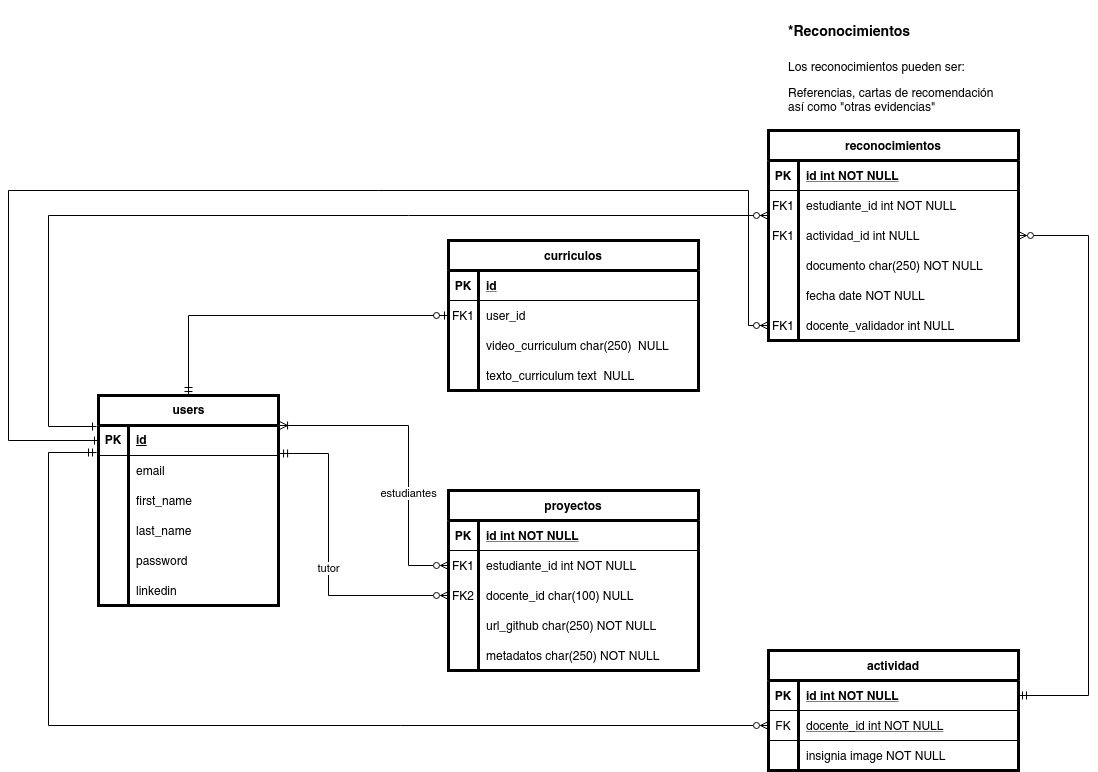
The draw.io diagram documentos/marcapersonalFP.drawio.png in Zaidanxp/marcapersonalFP_REA, before a commit. Source tidied: cells renumbered, new cells last; positions are measured from the earlier drawing's top-left corner, leaving out a move shared by most shapes.
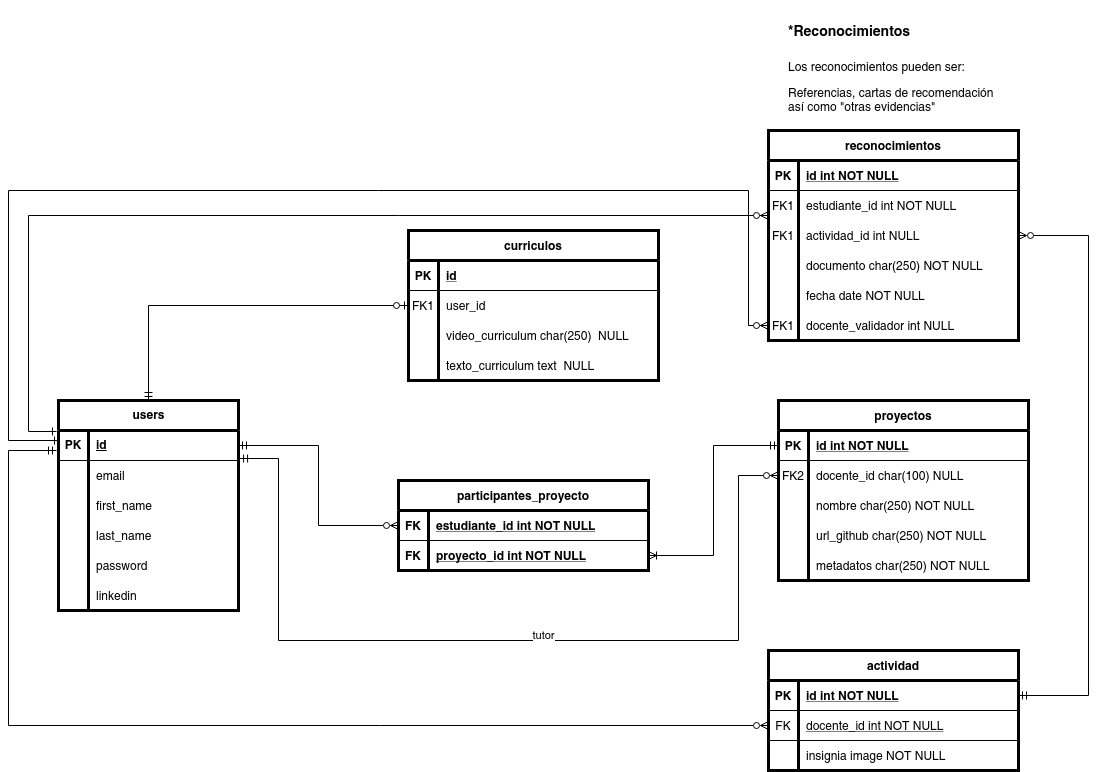
After the change.

Commit message:
Solventando errores en el esquema relacional

What changed in the source:
```diff
@@ -5,8 +5,8 @@
     <mxCell id="2" style="endArrow=ERzeroToMany;startArrow=ERone;endFill=1;startFill=0;edgeStyle=orthogonalEdgeStyle;rounded=0;exitX=-0.011;exitY=0.033;exitDx=0;exitDy=0;exitPerimeter=0;" parent="1" edge="1" source="69" target="8">
       <mxGeometry relative="1" as="geometry">
         <Array as="points">
-          <mxPoint x="40" y="416" />
-          <mxPoint x="40" y="205" />
+          <mxPoint x="20" y="421" />
+          <mxPoint x="20" y="205" />
         </Array>
       </mxGeometry>
     </mxCell>
@@ -106,7 +106,7 @@
       <mxGeometry x="30" width="220" height="30" as="geometry" />
     </mxCell>
     <mxCell id="33" value="curriculos" style="shape=table;startSize=30;rowLines=0;fontStyle=1;align=center;strokeWidth=3;" parent="1" vertex="1">
-      <mxGeometry x="440" y="230" width="250" height="150" as="geometry" />
+      <mxGeometry x="400" y="220" width="250" height="150" as="geometry" />
     </mxCell>
     <mxCell id="34" style="shape=partialRectangle;fillColor=none;top=0;left=0;right=0;bottom=1;" parent="33" vertex="1">
       <mxGeometry y="30" width="250" height="30" as="geometry" />
@@ -144,11 +144,12 @@
     <mxCell id="45" value="texto_curriculum text  NULL" style="shape=partialRectangle;overflow=hidden;fillColor=none;top=0;left=0;bottom=0;right=0;align=left;spacingLeft=6;" parent="43" vertex="1">
       <mxGeometry x="30" width="220" height="30" as="geometry" />
     </mxCell>
-    <mxCell id="46" style="edgeStyle=orthogonalEdgeStyle;rounded=0;jettySize=auto;html=1;exitX=0;exitY=0.5;exitDx=0;exitDy=0;entryX=-0.011;entryY=-0.1;entryDx=0;entryDy=0;startArrow=ERzeroToMany;startFill=0;endArrow=ERmandOne;endFill=0;entryPerimeter=0;" parent="1" edge="1" source="27" target="72">
+    <mxCell id="46" style="edgeStyle=orthogonalEdgeStyle;rounded=0;jettySize=auto;html=1;exitX=0;exitY=0.5;exitDx=0;exitDy=0;startArrow=ERzeroToMany;startFill=0;endArrow=ERmandOne;endFill=0;" parent="1" edge="1" source="27">
       <mxGeometry relative="1" as="geometry">
+        <mxPoint x="48" y="440" as="targetPoint" />
         <Array as="points">
-          <mxPoint x="40" y="715" />
-          <mxPoint x="40" y="442" />
+          <mxPoint y="715" />
+          <mxPoint y="440" />
         </Array>
       </mxGeometry>
     </mxCell>
@@ -156,7 +157,7 @@
       <mxGeometry x="775" width="220" height="120" as="geometry" />
     </mxCell>
     <mxCell id="48" value="proyectos" style="shape=table;startSize=30;rowLines=0;fontStyle=1;align=center;strokeWidth=3;" parent="1" vertex="1">
-      <mxGeometry x="440" y="480" width="250" height="180" as="geometry" />
+      <mxGeometry x="770" y="390" width="250" height="180" as="geometry" />
     </mxCell>
     <mxCell id="49" style="shape=partialRectangle;fillColor=none;top=0;left=0;right=0;bottom=1;" parent="48" vertex="1">
       <mxGeometry y="30" width="250" height="30" as="geometry" />
@@ -167,17 +168,8 @@
     <mxCell id="51" value="id int NOT NULL " style="shape=partialRectangle;overflow=hidden;fillColor=none;top=0;left=0;bottom=0;right=0;align=left;spacingLeft=6;fontStyle=5;" parent="49" vertex="1">
       <mxGeometry x="30" width="220" height="30" as="geometry" />
     </mxCell>
-    <mxCell id="52" style="shape=partialRectangle;fillColor=none;points=[[0,0.5],[1,0.5]];portConstraint=eastwest;top=0;left=0;right=0;bottom=0;" parent="48" vertex="1">
-      <mxGeometry y="60" width="250" height="30" as="geometry" />
-    </mxCell>
-    <mxCell id="53" value="FK1" style="shape=partialRectangle;overflow=hidden;fillColor=none;top=0;left=0;bottom=0;right=0;" parent="52" vertex="1">
-      <mxGeometry width="30" height="30" as="geometry" />
-    </mxCell>
-    <mxCell id="54" value="estudiante_id int NOT NULL" style="shape=partialRectangle;overflow=hidden;fillColor=none;top=0;left=0;bottom=0;right=0;align=left;spacingLeft=6;" parent="52" vertex="1">
-      <mxGeometry x="30" width="220" height="30" as="geometry" />
-    </mxCell>
     <mxCell id="55" style="shape=partialRectangle;fillColor=none;points=[[0,0.5],[1,0.5]];portConstraint=eastwest;top=0;left=0;right=0;bottom=0;" parent="48" vertex="1">
-      <mxGeometry y="90" width="250" height="30" as="geometry" />
+      <mxGeometry y="60" width="250" height="30" as="geometry" />
     </mxCell>
     <mxCell id="56" value="FK2" style="shape=partialRectangle;overflow=hidden;fillColor=none;top=0;left=0;bottom=0;right=0;" parent="55" vertex="1">
       <mxGeometry width="30" height="30" as="geometry" />
@@ -185,6 +177,15 @@
     <mxCell id="57" value="docente_id char(100) NULL" style="shape=partialRectangle;overflow=hidden;fillColor=none;top=0;left=0;bottom=0;right=0;align=left;spacingLeft=6;" parent="55" vertex="1">
       <mxGeometry x="30" width="220" height="30" as="geometry" />
     </mxCell>
+    <mxCell id="61" style="shape=partialRectangle;fillColor=none;top=0;left=0;right=0;bottom=0;" parent="48" vertex="1">
+      <mxGeometry y="90" width="250" height="30" as="geometry" />
+    </mxCell>
+    <mxCell id="62" style="shape=partialRectangle;overflow=hidden;fillColor=none;top=0;left=0;bottom=0;right=0;" parent="61" vertex="1">
+      <mxGeometry width="30" height="30" as="geometry" />
+    </mxCell>
+    <mxCell id="63" value="nombre char(250) NOT NULL" style="shape=partialRectangle;overflow=hidden;fillColor=none;top=0;left=0;bottom=0;right=0;align=left;spacingLeft=6;" parent="61" vertex="1">
+      <mxGeometry x="30" width="220" height="30" as="geometry" />
+    </mxCell>
     <mxCell id="58" style="shape=partialRectangle;fillColor=none;top=0;left=0;right=0;bottom=0;" parent="48" vertex="1">
       <mxGeometry y="120" width="250" height="30" as="geometry" />
     </mxCell>
@@ -194,33 +195,22 @@
     <mxCell id="60" value="url_github char(250) NOT NULL" style="shape=partialRectangle;overflow=hidden;fillColor=none;top=0;left=0;bottom=0;right=0;align=left;spacingLeft=6;" parent="58" vertex="1">
       <mxGeometry x="30" width="220" height="30" as="geometry" />
     </mxCell>
-    <mxCell id="61" style="shape=partialRectangle;fillColor=none;top=0;left=0;right=0;bottom=0;" parent="48" vertex="1">
-      <mxGeometry y="150" width="250" height="30" as="geometry" />
-    </mxCell>
-    <mxCell id="62" style="shape=partialRectangle;overflow=hidden;fillColor=none;top=0;left=0;bottom=0;right=0;" parent="61" vertex="1">
-      <mxGeometry width="30" height="30" as="geometry" />
-    </mxCell>
-    <mxCell id="63" value="metadatos char(250) NOT NULL" style="shape=partialRectangle;overflow=hidden;fillColor=none;top=0;left=0;bottom=0;right=0;align=left;spacingLeft=6;" parent="61" vertex="1">
-      <mxGeometry x="30" width="220" height="30" as="geometry" />
-    </mxCell>
-    <mxCell id="64" style="edgeStyle=orthogonalEdgeStyle;rounded=0;jettySize=auto;html=1;exitX=0;exitY=0.5;exitDx=0;exitDy=0;entryX=1.006;entryY=0;entryDx=0;entryDy=0;startArrow=ERzeroToMany;startFill=0;endArrow=ERoneToMany;endFill=0;entryPerimeter=0;" parent="1" edge="1" source="52" target="69">
-      <mxGeometry relative="1" as="geometry">
-        <Array as="points">
-          <mxPoint x="400" y="555" />
-          <mxPoint x="400" y="415" />
-        </Array>
-      </mxGeometry>
-    </mxCell>
-    <mxCell id="65" value="estudiantes" style="edgeLabel;html=1;align=center;verticalAlign=middle;" parent="64" vertex="1">
-      <mxGeometry x="-0.05" relative="1" as="geometry">
-        <mxPoint y="35" as="offset" />
-      </mxGeometry>
-    </mxCell>
+    <mxCell id="89" style="shape=partialRectangle;fillColor=none;top=0;left=0;right=0;bottom=0;" parent="48" vertex="1">
+      <mxGeometry y="150" width="250" height="30" as="geometry" />
+    </mxCell>
+    <mxCell id="90" style="shape=partialRectangle;overflow=hidden;fillColor=none;top=0;left=0;bottom=0;right=0;" parent="89" vertex="1">
+      <mxGeometry width="30" height="30" as="geometry" />
+    </mxCell>
+    <mxCell id="91" value="metadatos char(250) NOT NULL" style="shape=partialRectangle;overflow=hidden;fillColor=none;top=0;left=0;bottom=0;right=0;align=left;spacingLeft=6;" parent="89" vertex="1">
+      <mxGeometry x="30" width="220" height="30" as="geometry" />
+    </mxCell>
     <mxCell id="66" style="edgeStyle=orthogonalEdgeStyle;rounded=0;jettySize=auto;html=1;exitX=0;exitY=0.5;exitDx=0;exitDy=0;entryX=1.006;entryY=0.933;entryDx=0;entryDy=0;startArrow=ERzeroToMany;startFill=0;endArrow=ERmandOne;endFill=0;entryPerimeter=0;" parent="1" edge="1" source="55" target="69">
       <mxGeometry relative="1" as="geometry">
         <Array as="points">
-          <mxPoint x="320" y="585" />
-          <mxPoint x="320" y="443" />
+          <mxPoint x="730" y="465" />
+          <mxPoint x="730" y="630" />
+          <mxPoint x="270" y="630" />
+          <mxPoint x="270" y="448" />
         </Array>
       </mxGeometry>
     </mxCell>
@@ -230,7 +220,7 @@
       </mxGeometry>
     </mxCell>
     <mxCell id="68" value="users" style="shape=table;startSize=30;rowLines=0;fontStyle=1;align=center;html=1;strokeWidth=3;" parent="1" vertex="1">
-      <mxGeometry x="90" y="385" width="180" height="210" as="geometry" />
+      <mxGeometry x="50" y="390" width="180" height="210" as="geometry" />
     </mxCell>
     <mxCell id="69" style="shape=tableRow;horizontal=0;startSize=0;swimlaneHead=0;swimlaneBody=0;fillColor=none;points=[[0,0.5],[1,0.5]];portConstraint=eastwest;top=0;left=0;right=0;bottom=1;" parent="68" vertex="1">
       <mxGeometry y="30" width="180" height="30" as="geometry" />
@@ -291,7 +281,7 @@
     </mxCell>
     <mxCell id="88" style="endArrow=ERzeroToMany;startArrow=ERone;endFill=1;startFill=0;edgeStyle=orthogonalEdgeStyle;rounded=0;entryX=0;entryY=0.5;entryDx=0;entryDy=0;" parent="1" edge="1" target="20">
       <mxGeometry relative="1" as="geometry">
-        <mxPoint x="90" y="430" as="sourcePoint" />
+        <mxPoint x="50" y="430" as="sourcePoint" />
         <Array as="points">
           <mxPoint y="430" />
           <mxPoint y="180" />
@@ -300,5 +290,32 @@
         </Array>
       </mxGeometry>
     </mxCell>
+    <mxCell id="92" value="participantes_proyecto" style="shape=table;startSize=30;rowLines=0;fontStyle=1;align=center;strokeWidth=3;" parent="1" vertex="1">
+      <mxGeometry x="390" y="470" width="250" height="90" as="geometry" />
+    </mxCell>
+    <mxCell id="93" style="shape=partialRectangle;fillColor=none;points=[[0,0.5],[1,0.5]];portConstraint=eastwest;top=0;left=0;right=0;bottom=1;" parent="92" vertex="1">
+      <mxGeometry y="30" width="250" height="30" as="geometry" />
+    </mxCell>
+    <mxCell id="94" value="FK" style="shape=partialRectangle;overflow=hidden;fillColor=none;top=0;left=0;bottom=0;right=0;fontStyle=1;" parent="93" vertex="1">
+      <mxGeometry width="30" height="30" as="geometry" />
+    </mxCell>
+    <mxCell id="54" value="estudiante_id int NOT NULL " style="shape=partialRectangle;overflow=hidden;fillColor=none;top=0;left=0;bottom=0;right=0;align=left;spacingLeft=6;fontStyle=5;" parent="93" vertex="1">
+      <mxGeometry x="30" width="220" height="30" as="geometry" />
+    </mxCell>
+    <mxCell id="95" style="shape=partialRectangle;fillColor=none;points=[[0,0.5],[1,0.5]];portConstraint=eastwest;top=0;left=0;right=0;bottom=1;" parent="92" vertex="1">
+      <mxGeometry y="60" width="250" height="30" as="geometry" />
+    </mxCell>
+    <mxCell id="96" value="FK" style="shape=partialRectangle;overflow=hidden;fillColor=none;top=0;left=0;bottom=0;right=0;fontStyle=1;" parent="95" vertex="1">
+      <mxGeometry width="30" height="30" as="geometry" />
+    </mxCell>
+    <mxCell id="97" value="proyecto_id int NOT NULL " style="shape=partialRectangle;overflow=hidden;fillColor=none;top=0;left=0;bottom=0;right=0;align=left;spacingLeft=6;fontStyle=5;" parent="95" vertex="1">
+      <mxGeometry x="30" width="220" height="30" as="geometry" />
+    </mxCell>
+    <mxCell id="98" style="edgeStyle=orthogonalEdgeStyle;rounded=0;jettySize=auto;html=1;entryX=1;entryY=0.5;entryDx=0;entryDy=0;endArrow=ERmandOne;endFill=0;startArrow=ERzeroToMany;startFill=0;" parent="1" edge="1" source="93" target="69">
+      <mxGeometry relative="1" as="geometry" />
+    </mxCell>
+    <mxCell id="99" style="edgeStyle=orthogonalEdgeStyle;rounded=0;jettySize=auto;html=1;entryX=0;entryY=0.25;entryDx=0;entryDy=0;endArrow=ERmandOne;endFill=0;startArrow=ERoneToMany;startFill=0;exitX=1;exitY=0.5;exitDx=0;exitDy=0;" parent="1" edge="1" source="95" target="48">
+      <mxGeometry relative="1" as="geometry" />
+    </mxCell>
   </root>
 </mxGraphModel>
```
